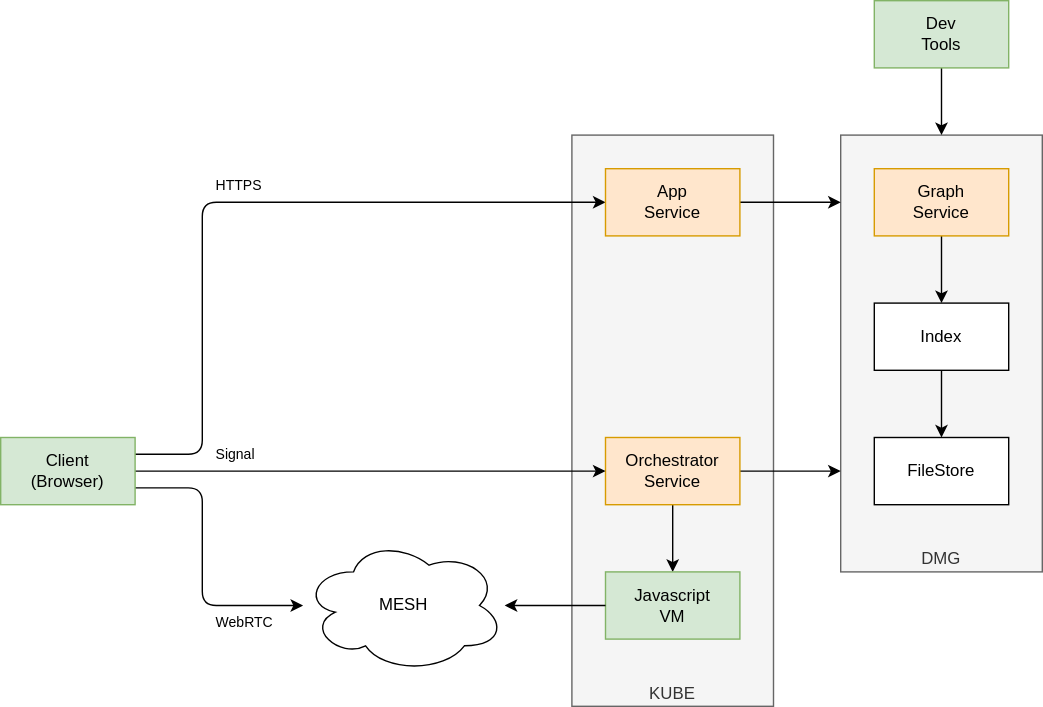
Earlier version of the draw.io export docs/design/diagrams/echo-relay.drawio.svg (dxos/dxos). Source tidied: cells renumbered, new cells last; positions are measured from the earlier drawing's top-left corner, leaving out a move shared by most shapes.
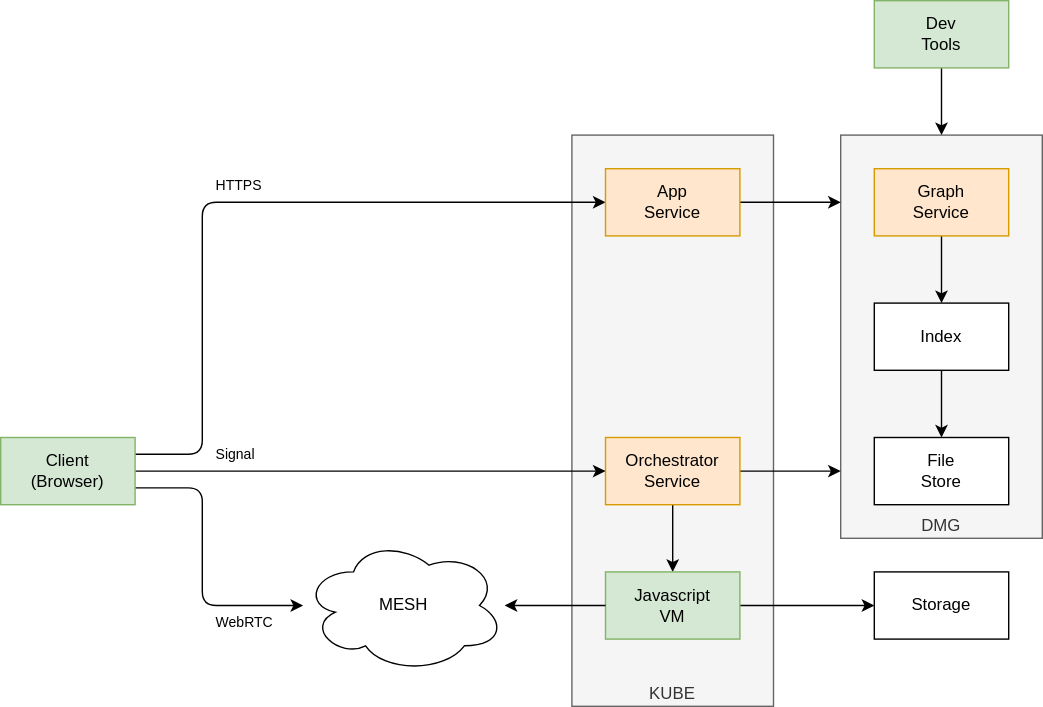
After the change.

Change to the diagram source:
```diff
@@ -6,7 +6,7 @@
       <mxGeometry x="408" y="96" width="144" height="408" as="geometry" />
     </mxCell>
     <mxCell id="3" value="DMG" style="rounded=0;whiteSpace=wrap;html=1;verticalAlign=bottom;fillColor=#f5f5f5;fontColor=#333333;strokeColor=#666666;" parent="1" vertex="1">
-      <mxGeometry x="600" y="96" width="144" height="312" as="geometry" />
+      <mxGeometry x="600" y="96" width="144" height="288" as="geometry" />
     </mxCell>
     <mxCell id="4" style="edgeStyle=none;html=1;exitX=0.5;exitY=1;exitDx=0;exitDy=0;" parent="1" edge="1" source="6" target="12">
       <mxGeometry relative="1" as="geometry" />
@@ -44,6 +44,9 @@
     <mxCell id="11" value="Client&lt;br&gt;(Browser)" style="rounded=0;whiteSpace=wrap;html=1;fillColor=#d5e8d4;strokeColor=#82b366;" parent="1" vertex="1">
       <mxGeometry y="312" width="96" height="48" as="geometry" />
     </mxCell>
+    <mxCell id="26" style="edgeStyle=none;html=1;exitX=1;exitY=0.5;exitDx=0;exitDy=0;fontSize=10;" parent="1" edge="1" source="12" target="27">
+      <mxGeometry relative="1" as="geometry" />
+    </mxCell>
     <mxCell id="12" value="Javascript&lt;br&gt;VM" style="rounded=0;whiteSpace=wrap;html=1;fillColor=#d5e8d4;strokeColor=#82b366;" parent="1" vertex="1">
       <mxGeometry x="432" y="408" width="96" height="48" as="geometry" />
     </mxCell>
@@ -53,7 +56,7 @@
     <mxCell id="14" value="Index" style="rounded=0;whiteSpace=wrap;html=1;" parent="1" vertex="1">
       <mxGeometry x="624" y="216" width="96" height="48" as="geometry" />
     </mxCell>
-    <mxCell id="15" value="FileStore" style="rounded=0;whiteSpace=wrap;html=1;" parent="1" vertex="1">
+    <mxCell id="15" value="File&lt;br&gt;Store" style="rounded=0;whiteSpace=wrap;html=1;" parent="1" vertex="1">
       <mxGeometry x="624" y="312" width="96" height="48" as="geometry" />
     </mxCell>
     <mxCell id="16" style="edgeStyle=none;html=1;exitX=1;exitY=0.5;exitDx=0;exitDy=0;" parent="1" edge="1" source="17">
@@ -88,5 +91,8 @@
     <mxCell id="25" value="Dev&lt;br&gt;Tools" style="rounded=0;whiteSpace=wrap;html=1;fillColor=#d5e8d4;strokeColor=#82b366;" parent="1" vertex="1">
       <mxGeometry x="624" width="96" height="48" as="geometry" />
     </mxCell>
+    <mxCell id="27" value="Storage" style="rounded=0;whiteSpace=wrap;html=1;" parent="1" vertex="1">
+      <mxGeometry x="624" y="408" width="96" height="48" as="geometry" />
+    </mxCell>
   </root>
 </mxGraphModel>
```
